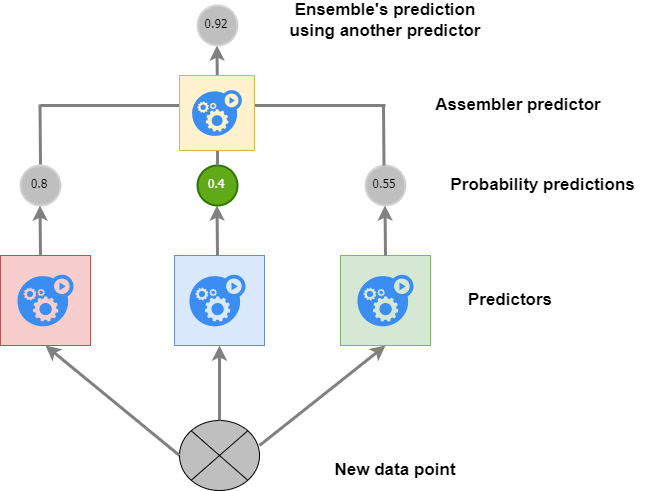
Above: Reports/Soft Voting.drawio.png in muga01/TMAWrapper (draw.io), before the change. Source tidied: cells renumbered, new cells last; positions are measured from the earlier drawing's top-left corner, leaving out a move shared by most shapes.
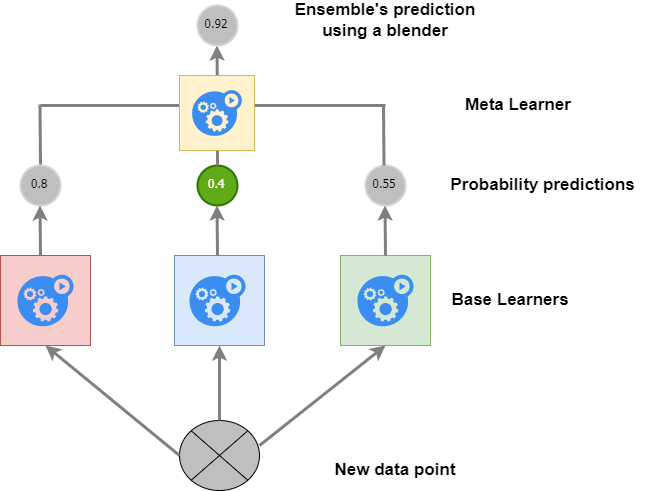
After the change.

What changed in the source:
```diff
@@ -100,13 +100,13 @@
         <mxPoint x="217" y="100" as="targetPoint" />
       </mxGeometry>
     </mxCell>
-    <mxCell id="25" value="&lt;font style=&quot;font-size: 17px;&quot;&gt;&lt;b&gt;Ensemble's prediction&lt;br&gt;using another predictor&lt;br&gt;&lt;/b&gt;&lt;/font&gt;" style="text;html=1;strokeColor=none;fillColor=none;align=center;verticalAlign=middle;whiteSpace=wrap;rounded=0;fontSize=14;" parent="1" vertex="1">
+    <mxCell id="25" value="&lt;font style=&quot;font-size: 17px;&quot;&gt;&lt;b&gt;Ensemble's prediction&lt;br&gt;using a blender&lt;br&gt;&lt;/b&gt;&lt;/font&gt;" style="text;html=1;strokeColor=none;fillColor=none;align=center;verticalAlign=middle;whiteSpace=wrap;rounded=0;fontSize=14;" parent="1" vertex="1">
       <mxGeometry x="280" width="210" height="30" as="geometry" />
     </mxCell>
     <mxCell id="26" value="&lt;font style=&quot;font-size: 17px;&quot;&gt;&lt;b&gt;Probability predictions&amp;nbsp;&lt;br&gt;&lt;/b&gt;&lt;/font&gt;" style="text;html=1;strokeColor=none;fillColor=none;align=center;verticalAlign=middle;whiteSpace=wrap;rounded=0;fontSize=14;" parent="1" vertex="1">
       <mxGeometry x="440" y="165" width="210" height="30" as="geometry" />
     </mxCell>
-    <mxCell id="27" value="&lt;font style=&quot;font-size: 17px;&quot;&gt;&lt;b&gt;Predictors&lt;br&gt;&lt;/b&gt;&lt;/font&gt;" style="text;html=1;strokeColor=none;fillColor=none;align=center;verticalAlign=middle;whiteSpace=wrap;rounded=0;fontSize=14;" parent="1" vertex="1">
+    <mxCell id="27" value="&lt;font style=&quot;font-size: 17px;&quot;&gt;&lt;b&gt;Base Learners&lt;br&gt;&lt;/b&gt;&lt;/font&gt;" style="text;html=1;strokeColor=none;fillColor=none;align=center;verticalAlign=middle;whiteSpace=wrap;rounded=0;fontSize=14;" parent="1" vertex="1">
       <mxGeometry x="405" y="280" width="210" height="30" as="geometry" />
     </mxCell>
     <mxCell id="28" value="&lt;font style=&quot;font-size: 17px;&quot;&gt;&lt;b&gt;New data point&lt;br&gt;&lt;/b&gt;&lt;/font&gt;" style="text;html=1;strokeColor=none;fillColor=none;align=center;verticalAlign=middle;whiteSpace=wrap;rounded=0;fontSize=14;" parent="1" vertex="1">
@@ -118,7 +118,7 @@
     <mxCell id="30" style="sketch=0;html=1;strokeColor=none;shadow=0;align=center;verticalAlign=top;fillColor=#3B8DF1;shape=mxgraph.gcp2.gear_load;" parent="1" vertex="1">
       <mxGeometry x="191.6" y="84.6" width="49.8" height="45.8" as="geometry" />
     </mxCell>
-    <mxCell id="31" value="&lt;font style=&quot;font-size: 17px;&quot;&gt;&lt;b&gt;Assembler predictor&lt;br&gt;&lt;/b&gt;&lt;/font&gt;" style="text;html=1;strokeColor=none;fillColor=none;align=center;verticalAlign=middle;whiteSpace=wrap;rounded=0;fontSize=14;" parent="1" vertex="1">
+    <mxCell id="31" value="&lt;font style=&quot;font-size: 17px;&quot;&gt;&lt;b&gt;Meta Learner&lt;br&gt;&lt;/b&gt;&lt;/font&gt;" style="text;html=1;strokeColor=none;fillColor=none;align=center;verticalAlign=middle;whiteSpace=wrap;rounded=0;fontSize=14;" parent="1" vertex="1">
       <mxGeometry x="413" y="84.6" width="210" height="30" as="geometry" />
     </mxCell>
   </root>
```
